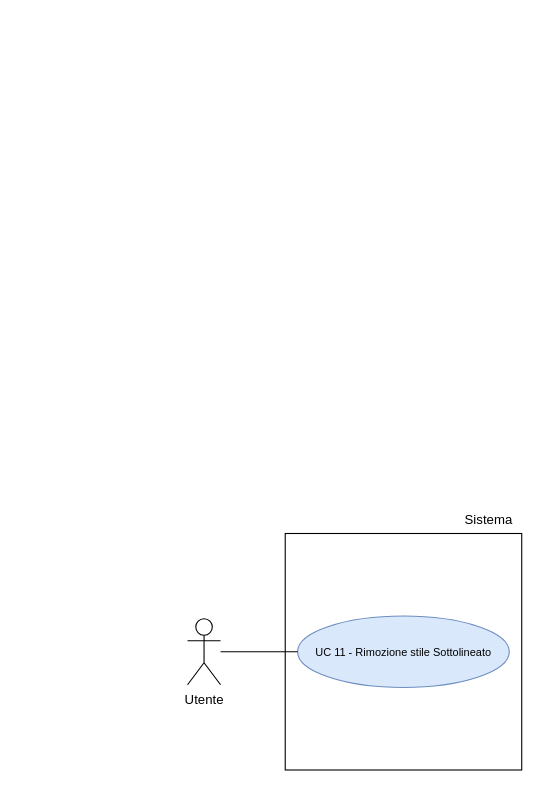
The draw.io diagram RTB/doc_esterna/analisi-dei-requisiti/assets/draw.io/UC11.drawio in thebitless-group-swe/thebitless.github.io, before the edit. Source tidied: cells renumbered, new cells numbered last; positions are measured from the earlier drawing's top-left corner, leaving out a move shared by most shapes. Both pictures are drawn from the tidied source at 110%, with x=0, y=0 at pixel (187, 503).
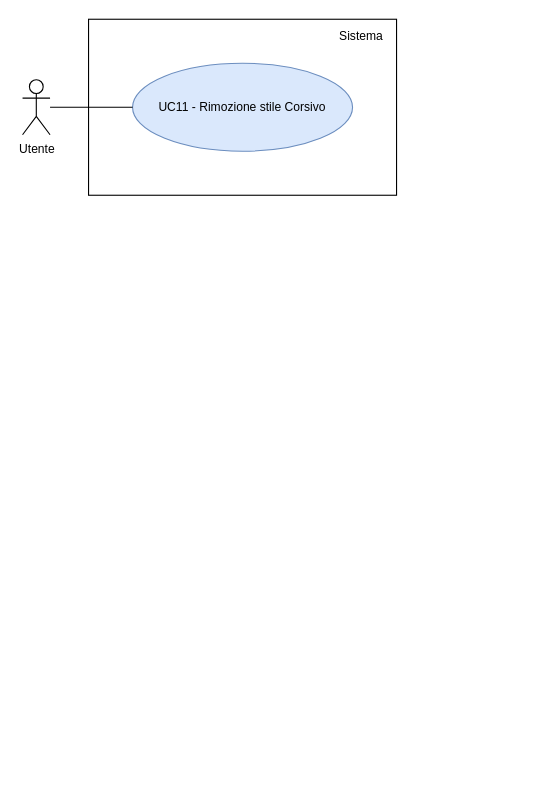
After the change.

Change to the diagram source:
```diff
@@
 <mxGraphModel>
   <root>
     <mxCell id="0" />
     <mxCell id="1" parent="0" />
-    <mxCell id="2" value="Utente" style="shape=umlActor;verticalLabelPosition=bottom;verticalAlign=top;html=1;outlineConnect=0;" parent="1" vertex="1">
-      <mxGeometry y="105" width="30" height="60" as="geometry" />
+    <mxCell id="2" value="Utente" style="shape=umlActor;verticalLabelPosition=bottom;verticalAlign=top;html=1;outlineConnect=0;fontSize=11;" parent="1" vertex="1">
+      <mxGeometry x="-150" y="-385" width="25" height="50" as="geometry" />
     </mxCell>
-    <mxCell id="3" style="whiteSpace=wrap;html=1;" parent="1" vertex="1">
-      <mxGeometry x="88.8" y="27.5" width="215" height="215" as="geometry" />
-    </mxCell>
+    <mxCell id="7" style="rounded=0;whiteSpace=wrap;html=1;strokeWidth=1;" parent="1" vertex="1">
+      <mxGeometry x="-90" y="-440" width="280" height="160" as="geometry" />
+    </mxCell>
-    <mxCell id="4" value="Sistema" style="text;html=1;whiteSpace=wrap;strokeColor=none;fillColor=none;align=center;verticalAlign=middle;rounded=0;" parent="1" vertex="1">
-      <mxGeometry x="243.8" width="60" height="30" as="geometry" />
+    <mxCell id="4" value="Sistema" style="text;html=1;whiteSpace=wrap;strokeColor=none;fillColor=none;align=right;verticalAlign=middle;fontSize=11;" parent="1" vertex="1">
+      <mxGeometry x="110" y="-435" width="70" height="20" as="geometry" />
     </mxCell>
-    <mxCell id="5" value="UC 11 - Rimozione stile Sottolineato" style="ellipse;whiteSpace=wrap;html=1;fillColor=#dae8fc;strokeColor=#6c8ebf;fontSize=10;" parent="1" vertex="1">
-      <mxGeometry x="100" y="102.5" width="192.5" height="65" as="geometry" />
-    </mxCell>
-    <mxCell id="6" style="edgeStyle=none;rounded=0;jettySize=auto;html=1;endArrow=none;endFill=0;" parent="1" edge="1" source="2" target="5">
-      <mxGeometry relative="1" as="geometry" />
-    </mxCell>
+    <mxCell id="8" value="UC11 - Rimozione stile Corsivo" style="ellipse;whiteSpace=wrap;html=1;fillColor=#dae8fc;strokeColor=#6c8ebf;fontSize=11;" parent="1" vertex="1">
+      <mxGeometry x="-50" y="-400" width="200" height="80" as="geometry" />
+    </mxCell>
+    <mxCell id="9" style="edgeStyle=none;rounded=0;jettySize=auto;html=1;endArrow=none;endFill=0;" parent="1" edge="1" source="2" target="8">
+      <mxGeometry relative="1" as="geometry" />
+    </mxCell>
   </root>
 </mxGraphModel>
```
